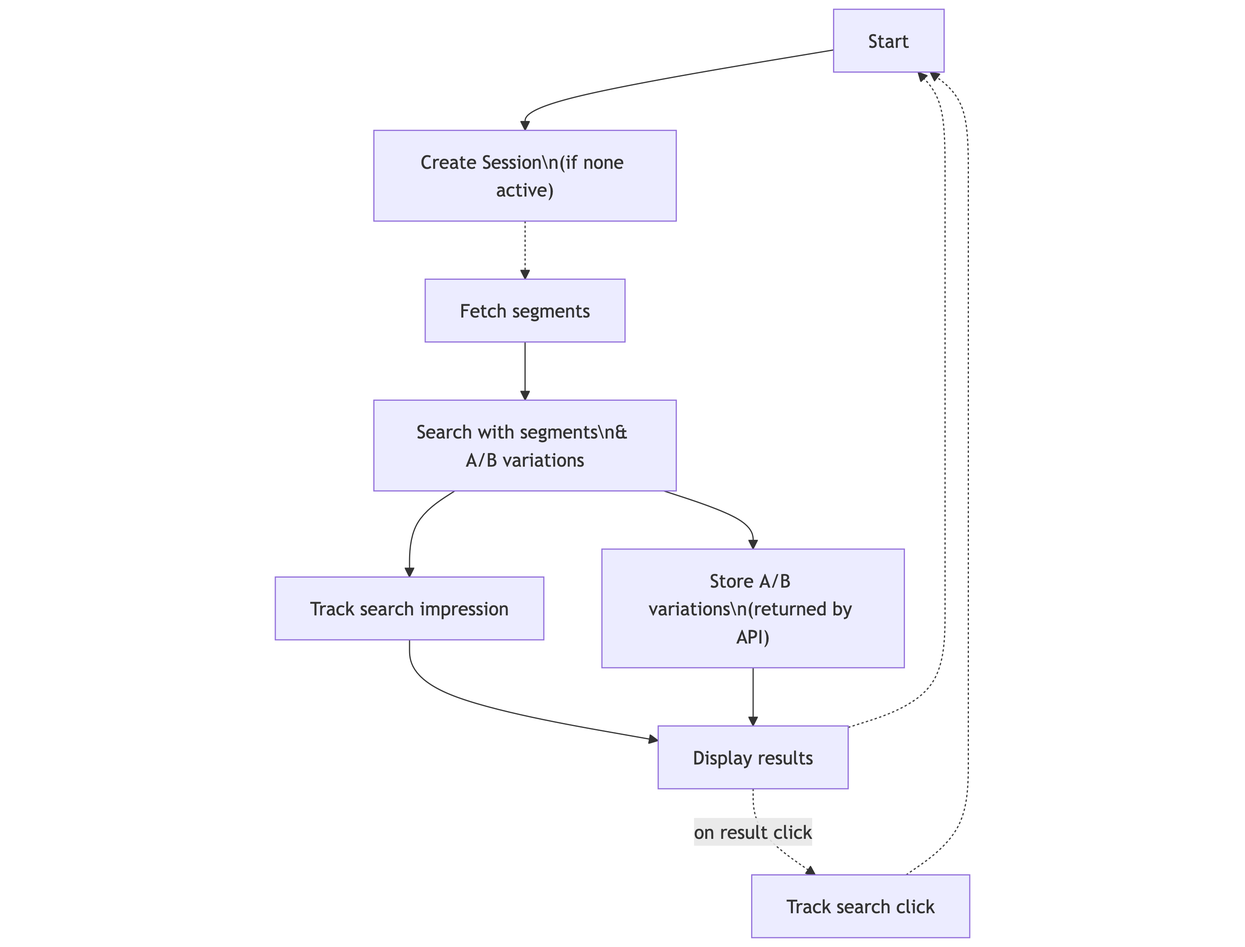
Nosto/wiki-docs keeps this Mermaid diagram as .gitbook/assets/search_api_only_workflow.png. Above is the earlier version. Its source is kept beside it as .gitbook/assets/search_api_only_workflow.mermaid. Source of this version:
```mermaid
flowchart TD
    Start --> Session
    Session["Create Session\n(if none active)"] -.-> Segments[Fetch segments]
    Segments --> Search["Search with segments\n& A/B variations"]
    Search --> Impression[Track search impression]
    Search --> ABTO["Store A/B variations\n(returned by API)"]
    Impression --> Display[Display results]
    ABTO --> Display

    Display -.->|on result click| Click[Track search click]
    Click -.-> Start
    Display -.-> Start
```
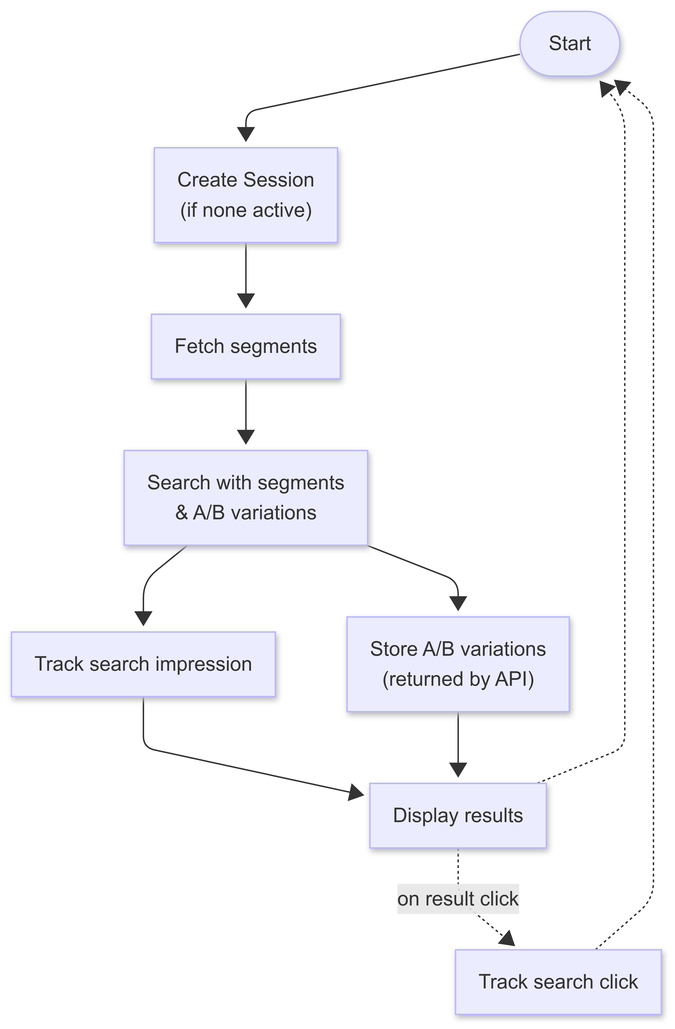
The same diagram one commit later.

Commit message:
Update search request workflow diagram

Diff of the diagram source:
```diff
@@ -1,12 +1,26 @@
-flowchart TD
-    Start --> Session
-    Session["Create Session\n(if none active)"] -.-> Segments[Fetch segments]
-    Segments --> Search["Search with segments\n& A/B variations"]
-    Search --> Impression[Track search impression]
-    Search --> ABTO["Store A/B variations\n(returned by API)"]
-    Impression --> Display[Display results]
-    ABTO --> Display
-
-    Display -.->|on result click| Click[Track search click]
-    Click -.-> Start
-    Display -.-> Start
+---
+config:
+  theme: default
+---
+flowchart TB
+start([Start])
+create["Create Session
+(if none active)"]
+fetch["Fetch segments"]
+search["Search with segments
+& A/B variations"]
+store["Store A/B variations
+(returned by API)"]
+display["Display results"]
+track_click["Track search click"]
+impression["Track search impression"]
+start --> create
+create --> fetch
+fetch --> search
+search --> impression
+impression --> display
+search --> store
+store --> display
+display -. on result click .-> track_click
+display -.-> start
+track_click -.-> start
```
